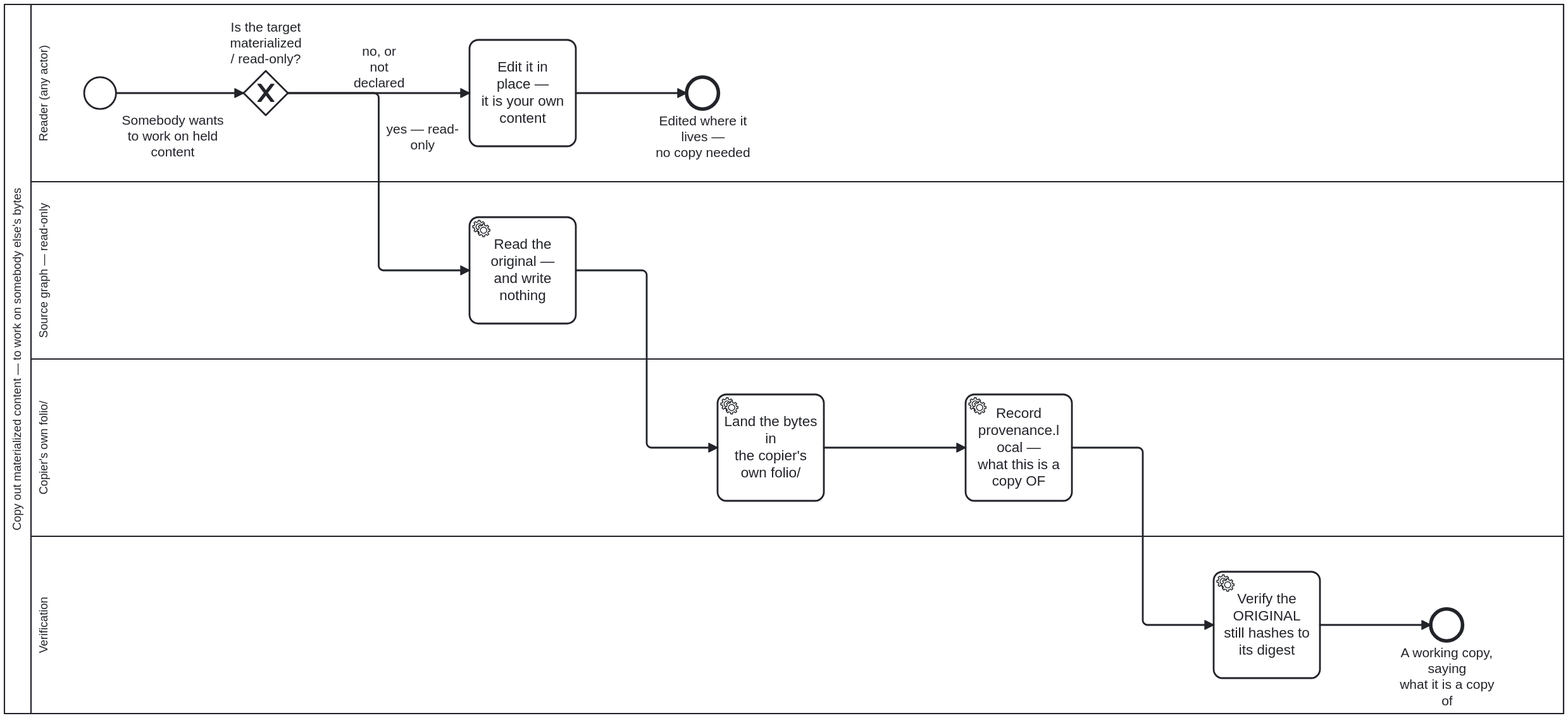
This is docs/assets/img/workflows/copy-out-materialized.svg from litlfred/cat-harness, a BPMN export, as it was before one commit. Its source is kept beside it as processes/library/copy-out-materialized.bpmn. Ids are renumbered.
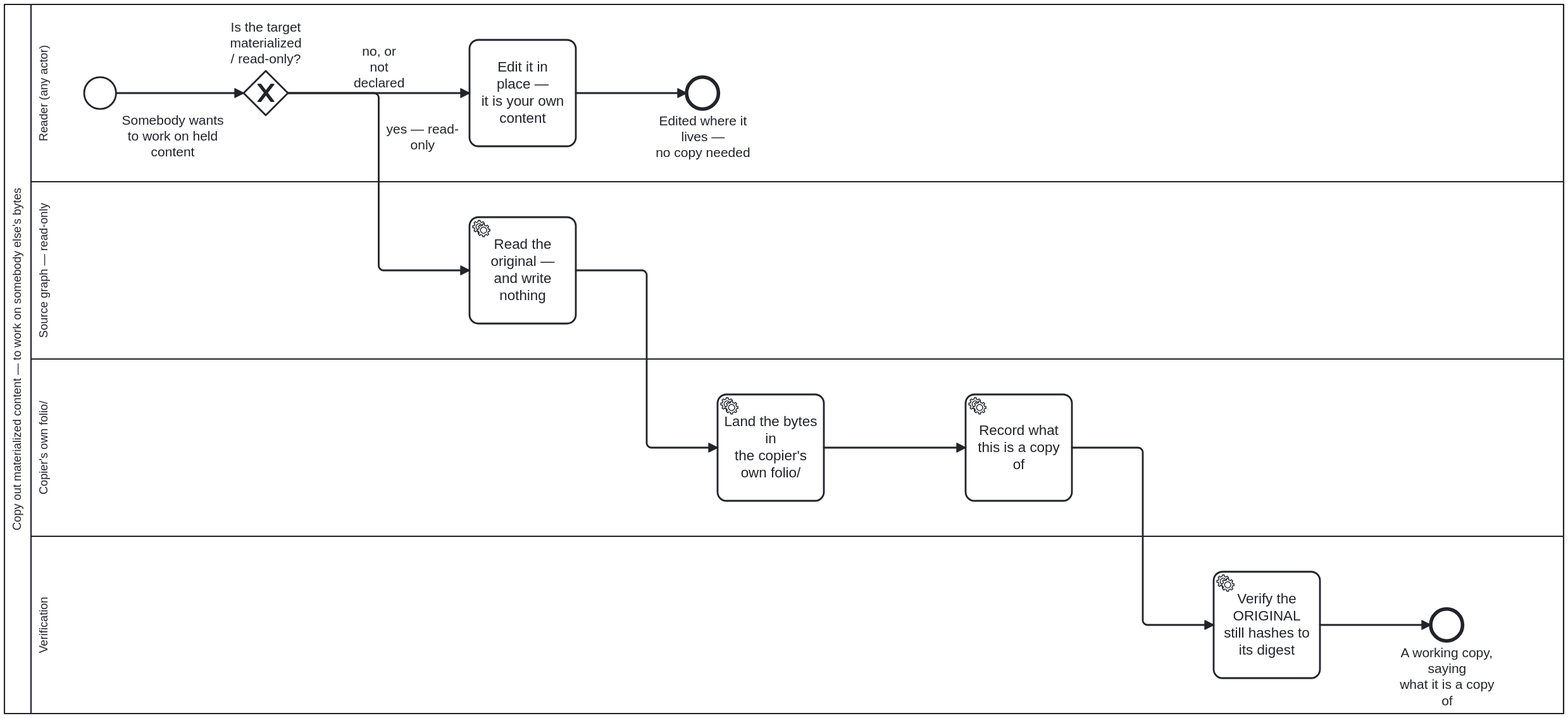
Above is the later version.

Diff of the diagram source:
```diff
@@ -111,8 +111,7 @@
       <bpmn:outgoing>Flow_4</bpmn:outgoing>
     </bpmn:serviceTask>
 
-    <bpmn:serviceTask id="Task_RecordProvenance" name="Record provenance.local —
-what this is a copy OF">
+    <bpmn:serviceTask id="Task_RecordProvenance" name="Record what this is a copy of">
       <bpmn:documentation>The step that is easy to omit and impossible to reconstruct afterwards. `provenance` is a PAIR: `upstream` is the remote thing, `local` is the original in this repository. A copy-out writes `local`; it does not overwrite `upstream`, and it does not reuse `upstream` for a local value — that was one field until 2026-09-22, and by then 5 of the 9 who-iris item records were using it for a local one in violation of its own documentation. Without `local`, one rename later the copy is indistinguishable from original work and nothing downstream can repair it, because the information was never written down.</bpmn:documentation>
       <bpmn:extensionElements>
         <bootstrap.processes:skill ref="copy-out-materialized" />
```
